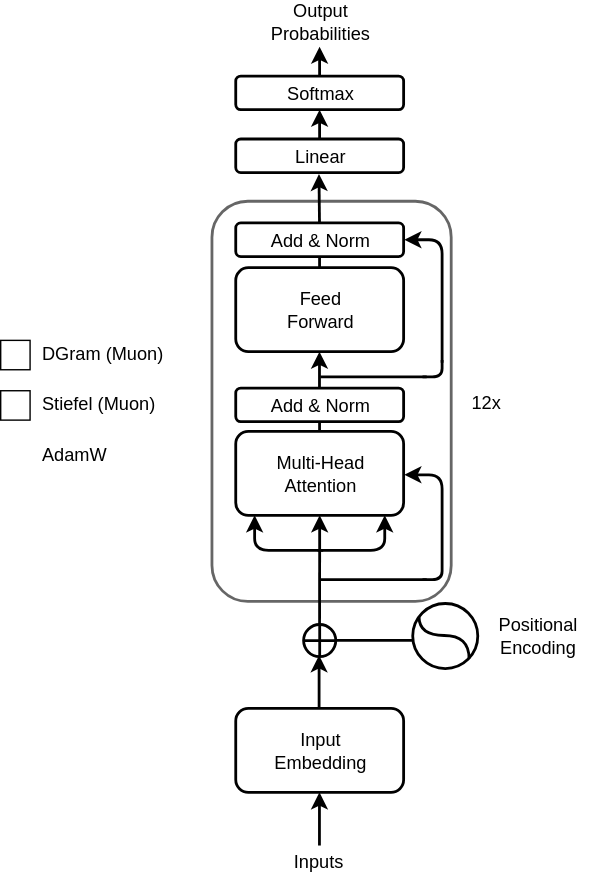
Before: essays/assets/manifold-muon/architecture-muon.svg, a diagram exported from draw.io (kiratoyoshihara/kiratoyoshihara.github.io). Source tidied: cells renumbered, new cells last; positions are measured from the earlier drawing's top-left corner, leaving out a move shared by most shapes.
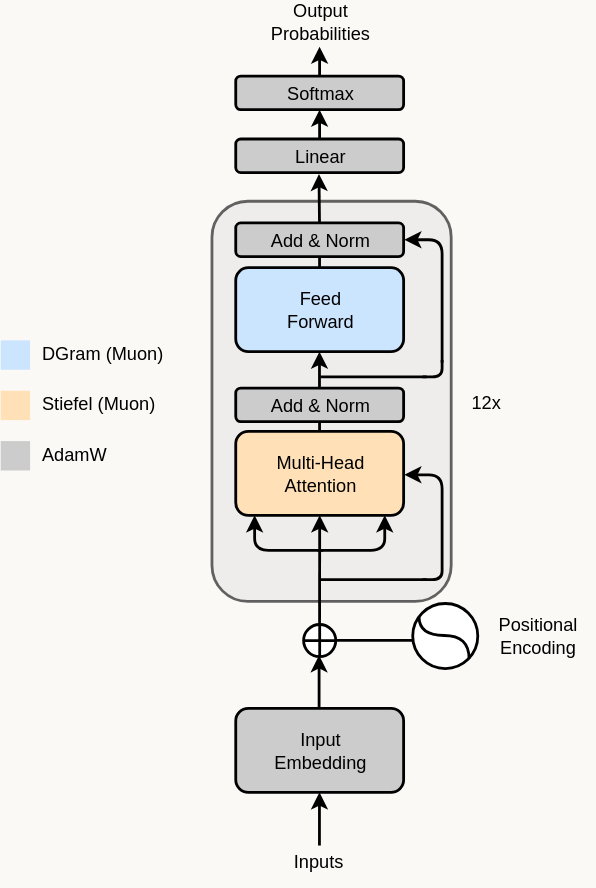
After the commit.

Diff of the diagram source:
```diff
@@ -1,2 +1,2 @@
-<mxGraphModel background="light-dark(#FFFFFF,#FFFFFF)">
+<mxGraphModel background="#FFFFFF">
   <root>
@@ -4,18 +4,18 @@
     <mxCell id="1" parent="0" />
-    <mxCell id="2" style="rounded=1;whiteSpace=wrap;html=1;rotation=90;fillColor=light-dark(#FFFFFF,#E6E6E6);strokeColor=light-dark(#000000,#000000);strokeWidth=2;opacity=60;" parent="1" vertex="1">
+    <mxCell id="2" style="rounded=1;whiteSpace=wrap;html=1;rotation=90;fillColor=#E6E6E6;strokeColor=#000000;strokeWidth=2;opacity=60;" parent="1" vertex="1">
       <mxGeometry x="94" y="201" width="286" height="171" as="geometry" />
     </mxCell>
-    <mxCell id="3" value="&lt;font style=&quot;color: light-dark(rgb(0, 0, 0), rgb(0, 0, 0)); font-size: 13px;&quot;&gt;Multi-Head&lt;/font&gt;&lt;div&gt;&lt;font style=&quot;color: light-dark(rgb(0, 0, 0), rgb(0, 0, 0)); font-size: 13px;&quot;&gt;Attention&lt;/font&gt;&lt;/div&gt;" style="rounded=1;whiteSpace=wrap;html=1;strokeColor=light-dark(#000000,#000000);fillColor=light-dark(#FFFFFF,#FFE0B7);strokeWidth=2;" parent="1" vertex="1">
+    <mxCell id="3" value="&lt;font style=&quot;color: rgb(0, 0, 0); font-size: 13px;&quot;&gt;Multi-Head&lt;/font&gt;&lt;div&gt;&lt;font style=&quot;color: rgb(0, 0, 0); font-size: 13px;&quot;&gt;Attention&lt;/font&gt;&lt;/div&gt;" style="rounded=1;whiteSpace=wrap;html=1;strokeColor=#000000;fillColor=#FFE0B7;strokeWidth=2;" parent="1" vertex="1">
       <mxGeometry x="168.5" y="308" width="120" height="60" as="geometry" />
     </mxCell>
-    <mxCell id="4" value="&lt;font face=&quot;Helvetica&quot; style=&quot;font-size: 13px;&quot;&gt;&lt;font style=&quot;color: light-dark(rgb(0, 0, 0), rgb(0, 0, 0));&quot;&gt;Inputs&lt;/font&gt;&amp;nbsp;&lt;/font&gt;" style="text;html=1;whiteSpace=wrap;strokeColor=none;fillColor=none;align=center;verticalAlign=middle;rounded=0;" parent="1" vertex="1">
+    <mxCell id="4" value="&lt;font face=&quot;Helvetica&quot; style=&quot;font-size: 13px;&quot;&gt;&lt;font style=&quot;color: rgb(0, 0, 0);&quot;&gt;Inputs&lt;/font&gt;&amp;nbsp;&lt;/font&gt;" style="text;html=1;whiteSpace=wrap;strokeColor=none;fillColor=none;align=center;verticalAlign=middle;rounded=0;" parent="1" vertex="1">
       <mxGeometry x="188.5" y="597" width="81" height="36" as="geometry" />
     </mxCell>
-    <mxCell id="5" style="verticalLabelPosition=bottom;verticalAlign=top;html=1;shape=mxgraph.flowchart.summing_function;fillColor=light-dark(#FFFFFF,#FFFFFF);strokeColor=light-dark(#000000,#000000);strokeWidth=2;" parent="1" vertex="1">
+    <mxCell id="5" style="verticalLabelPosition=bottom;verticalAlign=top;html=1;shape=mxgraph.flowchart.summing_function;fillColor=#FFFFFF;strokeColor=#000000;strokeWidth=2;" parent="1" vertex="1">
       <mxGeometry x="217" y="446" width="23" height="23" as="geometry" />
     </mxCell>
-    <mxCell id="6" value="&lt;font style=&quot;color: light-dark(rgb(0, 0, 0), rgb(0, 0, 0)); font-size: 13px;&quot; face=&quot;Helvetica&quot;&gt;Positional&lt;/font&gt;&lt;div&gt;&lt;font style=&quot;color: light-dark(rgb(0, 0, 0), rgb(0, 0, 0)); font-size: 13px;&quot; face=&quot;Helvetica&quot;&gt;Encoding&lt;/font&gt;&lt;/div&gt;" style="text;html=1;whiteSpace=wrap;strokeColor=none;fillColor=none;align=center;verticalAlign=middle;rounded=0;" parent="1" vertex="1">
+    <mxCell id="6" value="&lt;font style=&quot;color: rgb(0, 0, 0); font-size: 13px;&quot; face=&quot;Helvetica&quot;&gt;Positional&lt;/font&gt;&lt;div&gt;&lt;font style=&quot;color: rgb(0, 0, 0); font-size: 13px;&quot; face=&quot;Helvetica&quot;&gt;Encoding&lt;/font&gt;&lt;/div&gt;" style="text;html=1;whiteSpace=wrap;strokeColor=none;fillColor=none;align=center;verticalAlign=middle;rounded=0;" parent="1" vertex="1">
       <mxGeometry x="344" y="436.2" width="81" height="36" as="geometry" />
     </mxCell>
-    <mxCell id="7" style="endArrow=none;html=1;rounded=0;strokeColor=light-dark(#000000,#000000);strokeWidth=2;exitX=1;exitY=0.5;exitDx=0;exitDy=0;exitPerimeter=0;" parent="1" edge="1">
+    <mxCell id="7" style="endArrow=none;html=1;rounded=0;strokeColor=#000000;strokeWidth=2;exitX=1;exitY=0.5;exitDx=0;exitDy=0;exitPerimeter=0;" parent="1" edge="1">
       <mxGeometry relative="1" as="geometry">
@@ -25,6 +25,6 @@
     </mxCell>
-    <mxCell id="8" value="&lt;font style=&quot;color: light-dark(rgb(0, 0, 0), rgb(0, 0, 0)); font-size: 13px;&quot;&gt;Input&lt;/font&gt;&lt;div&gt;&lt;font style=&quot;color: light-dark(rgb(0, 0, 0), rgb(0, 0, 0)); font-size: 13px;&quot;&gt;Embedding&lt;/font&gt;&lt;/div&gt;" style="rounded=1;whiteSpace=wrap;html=1;strokeColor=light-dark(#000000,#000000);fillColor=light-dark(#FFFFFF,#CCCCCC);strokeWidth=2;" parent="1" vertex="1">
+    <mxCell id="8" value="&lt;font style=&quot;color: rgb(0, 0, 0); font-size: 13px;&quot;&gt;Input&lt;/font&gt;&lt;div&gt;&lt;font style=&quot;color: rgb(0, 0, 0); font-size: 13px;&quot;&gt;Embedding&lt;/font&gt;&lt;/div&gt;" style="rounded=1;whiteSpace=wrap;html=1;strokeColor=#000000;fillColor=#CCCCCC;strokeWidth=2;" parent="1" vertex="1">
       <mxGeometry x="168.5" y="506" width="120" height="60" as="geometry" />
     </mxCell>
-    <mxCell id="9" style="endArrow=classic;html=1;rounded=0;strokeWidth=2;strokeColor=light-dark(#000000,#000000);" parent="1" edge="1">
+    <mxCell id="9" style="endArrow=classic;html=1;rounded=0;strokeWidth=2;strokeColor=#000000;" parent="1" edge="1">
       <mxGeometry relative="1" as="geometry">
@@ -34,6 +34,6 @@
     </mxCell>
-    <mxCell id="10" style="ellipse;whiteSpace=wrap;html=1;fillColor=light-dark(#FFFFFF,#FFFFFF);strokeColor=light-dark(#000000,#000000);strokeWidth=2;" parent="1" vertex="1">
+    <mxCell id="10" style="ellipse;whiteSpace=wrap;html=1;fillColor=#FFFFFF;strokeColor=#000000;strokeWidth=2;" parent="1" vertex="1">
       <mxGeometry x="295" y="431" width="46.5" height="46.5" as="geometry" />
     </mxCell>
-    <mxCell id="11" style="endArrow=none;html=1;rounded=0;strokeColor=light-dark(#000000,#000000);edgeStyle=orthogonalEdgeStyle;curved=1;strokeWidth=2;" parent="1" edge="1">
+    <mxCell id="11" style="endArrow=none;html=1;rounded=0;strokeColor=#000000;edgeStyle=orthogonalEdgeStyle;curved=1;strokeWidth=2;" parent="1" edge="1">
       <mxGeometry relative="1" as="geometry">
@@ -47,3 +47,3 @@
     </mxCell>
-    <mxCell id="12" style="endArrow=classic;html=1;rounded=0;strokeWidth=2;strokeColor=light-dark(#000000,#000000);" parent="1" edge="1">
+    <mxCell id="12" style="endArrow=classic;html=1;rounded=0;strokeWidth=2;strokeColor=#000000;" parent="1" edge="1">
       <mxGeometry relative="1" as="geometry">
@@ -53,3 +53,3 @@
     </mxCell>
-    <mxCell id="13" style="endArrow=classic;html=1;rounded=0;strokeWidth=2;strokeColor=light-dark(#000000,#000000);entryX=0.5;entryY=1;entryDx=0;entryDy=0;" parent="1" edge="1" target="3">
+    <mxCell id="13" style="endArrow=classic;html=1;rounded=0;strokeWidth=2;strokeColor=#000000;entryX=0.5;entryY=1;entryDx=0;entryDy=0;" parent="1" edge="1" target="3">
       <mxGeometry relative="1" as="geometry">
@@ -58,3 +58,3 @@
     </mxCell>
-    <mxCell id="14" style="endArrow=classic;html=1;rounded=1;strokeWidth=2;strokeColor=light-dark(#000000,#000000);edgeStyle=orthogonalEdgeStyle;curved=0;" parent="1" edge="1">
+    <mxCell id="14" style="endArrow=classic;html=1;rounded=1;strokeWidth=2;strokeColor=#000000;edgeStyle=orthogonalEdgeStyle;curved=0;" parent="1" edge="1">
       <mxGeometry relative="1" as="geometry">
@@ -64,3 +64,3 @@
     </mxCell>
-    <mxCell id="15" style="endArrow=classic;html=1;rounded=1;strokeWidth=2;strokeColor=light-dark(#000000,#000000);edgeStyle=orthogonalEdgeStyle;curved=0;" parent="1" edge="1">
+    <mxCell id="15" style="endArrow=classic;html=1;rounded=1;strokeWidth=2;strokeColor=#000000;edgeStyle=orthogonalEdgeStyle;curved=0;" parent="1" edge="1">
       <mxGeometry relative="1" as="geometry">
@@ -70,6 +70,6 @@
     </mxCell>
-    <mxCell id="16" value="&lt;font style=&quot;color: light-dark(rgb(0, 0, 0), rgb(0, 0, 0)); font-size: 13px;&quot;&gt;Add &amp;amp; Norm&lt;/font&gt;" style="rounded=1;whiteSpace=wrap;html=1;strokeColor=light-dark(#000000,#000000);fillColor=light-dark(#FFFFFF,#CCCCCC);strokeWidth=2;" parent="1" vertex="1">
+    <mxCell id="16" value="&lt;font style=&quot;color: rgb(0, 0, 0); font-size: 13px;&quot;&gt;Add &amp;amp; Norm&lt;/font&gt;" style="rounded=1;whiteSpace=wrap;html=1;strokeColor=#000000;fillColor=#CCCCCC;strokeWidth=2;" parent="1" vertex="1">
       <mxGeometry x="168.5" y="277" width="120" height="24" as="geometry" />
     </mxCell>
-    <mxCell id="17" style="endArrow=none;html=1;rounded=0;strokeColor=light-dark(#000000,#000000);strokeWidth=2;" parent="1" edge="1">
+    <mxCell id="17" style="endArrow=none;html=1;rounded=0;strokeColor=#000000;strokeWidth=2;" parent="1" edge="1">
       <mxGeometry relative="1" as="geometry">
@@ -79,18 +79,18 @@
     </mxCell>
-    <mxCell id="18" value="&lt;font style=&quot;color: light-dark(rgb(0, 0, 0), rgb(0, 0, 0)); font-size: 13px;&quot;&gt;Feed&lt;/font&gt;&lt;div&gt;&lt;font style=&quot;color: light-dark(rgb(0, 0, 0), rgb(0, 0, 0)); font-size: 13px;&quot;&gt;Forward&lt;/font&gt;&lt;/div&gt;" style="rounded=1;whiteSpace=wrap;html=1;strokeColor=light-dark(#000000,#000000);fillColor=light-dark(#FFFFFF,#CCE5FF);strokeWidth=2;" parent="1" vertex="1">
+    <mxCell id="18" value="&lt;font style=&quot;color: rgb(0, 0, 0); font-size: 13px;&quot;&gt;Feed&lt;/font&gt;&lt;div&gt;&lt;font style=&quot;color: rgb(0, 0, 0); font-size: 13px;&quot;&gt;Forward&lt;/font&gt;&lt;/div&gt;" style="rounded=1;whiteSpace=wrap;html=1;strokeColor=#000000;fillColor=#CCE5FF;strokeWidth=2;" parent="1" vertex="1">
       <mxGeometry x="168.5" y="191" width="120" height="60" as="geometry" />
     </mxCell>
-    <mxCell id="19" value="&lt;font style=&quot;color: light-dark(rgb(0, 0, 0), rgb(0, 0, 0)); font-size: 13px;&quot;&gt;Add &amp;amp; Norm&lt;/font&gt;" style="rounded=1;whiteSpace=wrap;html=1;strokeColor=light-dark(#000000,#000000);fillColor=light-dark(#FFFFFF,#CCCCCC);strokeWidth=2;" parent="1" vertex="1">
+    <mxCell id="19" value="&lt;font style=&quot;color: rgb(0, 0, 0); font-size: 13px;&quot;&gt;Add &amp;amp; Norm&lt;/font&gt;" style="rounded=1;whiteSpace=wrap;html=1;strokeColor=#000000;fillColor=#CCCCCC;strokeWidth=2;" parent="1" vertex="1">
       <mxGeometry x="168.5" y="159" width="120" height="24" as="geometry" />
     </mxCell>
-    <mxCell id="20" value="&lt;font style=&quot;color: light-dark(rgb(0, 0, 0), rgb(0, 0, 0)); font-size: 13px;&quot;&gt;Linear&lt;/font&gt;" style="rounded=1;whiteSpace=wrap;html=1;strokeColor=light-dark(#000000,#000000);fillColor=light-dark(#FFFFFF,#CCCCCC);strokeWidth=2;" parent="1" vertex="1">
+    <mxCell id="20" value="&lt;font style=&quot;color: rgb(0, 0, 0); font-size: 13px;&quot;&gt;Linear&lt;/font&gt;" style="rounded=1;whiteSpace=wrap;html=1;strokeColor=#000000;fillColor=#CCCCCC;strokeWidth=2;" parent="1" vertex="1">
       <mxGeometry x="168.5" y="99" width="120" height="24" as="geometry" />
     </mxCell>
-    <mxCell id="21" value="&lt;font style=&quot;color: light-dark(rgb(0, 0, 0), rgb(0, 0, 0)); font-size: 13px;&quot;&gt;Softmax&lt;/font&gt;" style="rounded=1;whiteSpace=wrap;html=1;strokeColor=light-dark(#000000,#000000);fillColor=light-dark(#FFFFFF,#CCCCCC);strokeWidth=2;" parent="1" vertex="1">
+    <mxCell id="21" value="&lt;font style=&quot;color: rgb(0, 0, 0); font-size: 13px;&quot;&gt;Softmax&lt;/font&gt;" style="rounded=1;whiteSpace=wrap;html=1;strokeColor=#000000;fillColor=#CCCCCC;strokeWidth=2;" parent="1" vertex="1">
       <mxGeometry x="168.5" y="54" width="120" height="24" as="geometry" />
     </mxCell>
-    <mxCell id="22" value="&lt;font style=&quot;color: light-dark(rgb(0, 0, 0), rgb(0, 0, 0)); font-size: 13px;&quot;&gt;Output&lt;/font&gt;&lt;div&gt;&lt;font style=&quot;color: light-dark(rgb(0, 0, 0), rgb(0, 0, 0)); font-size: 13px;&quot;&gt;Probabilities&lt;/font&gt;&lt;/div&gt;" style="text;html=1;whiteSpace=wrap;strokeColor=none;fillColor=none;align=center;verticalAlign=middle;rounded=0;" parent="1" vertex="1">
+    <mxCell id="22" value="&lt;font style=&quot;color: rgb(0, 0, 0); font-size: 13px;&quot;&gt;Output&lt;/font&gt;&lt;div&gt;&lt;font style=&quot;color: rgb(0, 0, 0); font-size: 13px;&quot;&gt;Probabilities&lt;/font&gt;&lt;/div&gt;" style="text;html=1;whiteSpace=wrap;strokeColor=none;fillColor=none;align=center;verticalAlign=middle;rounded=0;" parent="1" vertex="1">
       <mxGeometry x="198.5" width="60" height="30" as="geometry" />
     </mxCell>
-    <mxCell id="23" style="endArrow=classic;html=1;rounded=1;strokeColor=light-dark(#000000,#000000);strokeWidth=2;edgeStyle=orthogonalEdgeStyle;curved=0;" parent="1" edge="1">
+    <mxCell id="23" style="endArrow=classic;html=1;rounded=1;strokeColor=#000000;strokeWidth=2;edgeStyle=orthogonalEdgeStyle;curved=0;" parent="1" edge="1">
       <mxGeometry relative="1" as="geometry">
@@ -104,3 +104,3 @@
     </mxCell>
-    <mxCell id="24" style="endArrow=none;html=1;rounded=1;strokeWidth=2;strokeColor=light-dark(#000000,#000000);edgeStyle=orthogonalEdgeStyle;" parent="1" edge="1">
+    <mxCell id="24" style="endArrow=none;html=1;rounded=1;strokeWidth=2;strokeColor=#000000;edgeStyle=orthogonalEdgeStyle;" parent="1" edge="1">
       <mxGeometry relative="1" as="geometry">
@@ -110,3 +110,3 @@
     </mxCell>
-    <mxCell id="25" style="endArrow=none;html=1;rounded=1;strokeWidth=2;strokeColor=light-dark(#000000,#000000);edgeStyle=orthogonalEdgeStyle;curved=0;" parent="1" edge="1">
+    <mxCell id="25" style="endArrow=none;html=1;rounded=1;strokeWidth=2;strokeColor=#000000;edgeStyle=orthogonalEdgeStyle;curved=0;" parent="1" edge="1">
       <mxGeometry relative="1" as="geometry">
@@ -116,3 +116,3 @@
     </mxCell>
-    <mxCell id="26" style="endArrow=classic;html=1;rounded=0;strokeColor=light-dark(#000000,#000000);strokeWidth=2;" parent="1" edge="1">
+    <mxCell id="26" style="endArrow=classic;html=1;rounded=0;strokeColor=#000000;strokeWidth=2;" parent="1" edge="1">
       <mxGeometry relative="1" as="geometry">
@@ -122,3 +122,3 @@
     </mxCell>
-    <mxCell id="27" style="endArrow=none;html=1;rounded=0;strokeColor=light-dark(#000000,#000000);strokeWidth=2;" parent="1" edge="1">
+    <mxCell id="27" style="endArrow=none;html=1;rounded=0;strokeColor=#000000;strokeWidth=2;" parent="1" edge="1">
       <mxGeometry relative="1" as="geometry">
@@ -128,3 +128,3 @@
     </mxCell>
-    <mxCell id="28" style="endArrow=classic;html=1;rounded=1;strokeColor=light-dark(#000000,#000000);strokeWidth=2;edgeStyle=orthogonalEdgeStyle;curved=0;" parent="1" edge="1">
+    <mxCell id="28" style="endArrow=classic;html=1;rounded=1;strokeColor=#000000;strokeWidth=2;edgeStyle=orthogonalEdgeStyle;curved=0;" parent="1" edge="1">
       <mxGeometry relative="1" as="geometry">
@@ -138,3 +138,3 @@
     </mxCell>
-    <mxCell id="29" style="endArrow=none;html=1;rounded=1;strokeWidth=2;strokeColor=light-dark(#000000,#000000);edgeStyle=orthogonalEdgeStyle;" parent="1" edge="1">
+    <mxCell id="29" style="endArrow=none;html=1;rounded=1;strokeWidth=2;strokeColor=#000000;edgeStyle=orthogonalEdgeStyle;" parent="1" edge="1">
       <mxGeometry relative="1" as="geometry">
@@ -144,3 +144,3 @@
     </mxCell>
-    <mxCell id="30" style="endArrow=none;html=1;rounded=1;strokeWidth=2;strokeColor=light-dark(#000000,#000000);edgeStyle=orthogonalEdgeStyle;curved=0;" parent="1" edge="1">
+    <mxCell id="30" style="endArrow=none;html=1;rounded=1;strokeWidth=2;strokeColor=#000000;edgeStyle=orthogonalEdgeStyle;curved=0;" parent="1" edge="1">
       <mxGeometry relative="1" as="geometry">
@@ -150,3 +150,3 @@
     </mxCell>
-    <mxCell id="31" style="endArrow=classic;html=1;rounded=0;strokeColor=light-dark(#000000,#000000);strokeWidth=2;" parent="1" edge="1">
+    <mxCell id="31" style="endArrow=classic;html=1;rounded=0;strokeColor=#000000;strokeWidth=2;" parent="1" edge="1">
       <mxGeometry relative="1" as="geometry">
@@ -156,3 +156,3 @@
     </mxCell>
-    <mxCell id="32" style="endArrow=classic;html=1;rounded=0;strokeColor=light-dark(#000000,#000000);strokeWidth=2;" parent="1" edge="1">
+    <mxCell id="32" style="endArrow=classic;html=1;rounded=0;strokeColor=#000000;strokeWidth=2;" parent="1" edge="1">
       <mxGeometry relative="1" as="geometry">
@@ -162,3 +162,3 @@
     </mxCell>
-    <mxCell id="33" style="endArrow=classic;html=1;rounded=0;strokeColor=light-dark(#000000,#000000);strokeWidth=2;" parent="1" edge="1">
+    <mxCell id="33" style="endArrow=classic;html=1;rounded=0;strokeColor=#000000;strokeWidth=2;" parent="1" edge="1">
       <mxGeometry relative="1" as="geometry">
@@ -168,3 +168,3 @@
     </mxCell>
-    <mxCell id="34" value="&lt;font style=&quot;color: light-dark(rgb(0, 0, 0), rgb(0, 0, 0)); font-size: 13px;&quot;&gt;12x&lt;/font&gt;" style="text;html=1;whiteSpace=wrap;strokeColor=none;fillColor=none;align=center;verticalAlign=middle;rounded=0;" parent="1" vertex="1">
+    <mxCell id="34" value="&lt;font style=&quot;color: rgb(0, 0, 0); font-size: 13px;&quot;&gt;12x&lt;/font&gt;" style="text;html=1;whiteSpace=wrap;strokeColor=none;fillColor=none;align=center;verticalAlign=middle;rounded=0;" parent="1" vertex="1">
       <mxGeometry x="307" y="268.5" width="81" height="36" as="geometry" />
@@ -174,18 +174,18 @@
     </mxCell>
-    <mxCell id="36" style="whiteSpace=wrap;html=1;fillColor=light-dark(#FFFFFF,#CCE5FF);strokeColor=light-dark(#000000,transparent);" parent="35" vertex="1">
+    <mxCell id="36" style="whiteSpace=wrap;html=1;fillColor=#CCE5FF;strokeColor=#000000;" parent="35" vertex="1">
       <mxGeometry y="4.9" width="21" height="21" as="geometry" />
     </mxCell>
-    <mxCell id="37" style="whiteSpace=wrap;html=1;fillColor=light-dark(#FFFFFF,#CCCCCC);strokeColor=none;" parent="35" vertex="1">
+    <mxCell id="37" style="whiteSpace=wrap;html=1;fillColor=#CCCCCC;strokeColor=none;" parent="35" vertex="1">
       <mxGeometry y="76.9" width="21" height="21" as="geometry" />
     </mxCell>
-    <mxCell id="38" style="whiteSpace=wrap;html=1;fillColor=light-dark(#FFFFFF,#FFE0B7);strokeColor=light-dark(#000000,transparent);" parent="35" vertex="1">
+    <mxCell id="38" style="whiteSpace=wrap;html=1;fillColor=#FFE0B7;strokeColor=#000000;" parent="35" vertex="1">
       <mxGeometry y="40.9" width="21" height="21" as="geometry" />
     </mxCell>
-    <mxCell id="39" value="&lt;span style=&quot;font-family: Helvetica; font-size: 13px; font-style: normal; font-variant-ligatures: normal; font-variant-caps: normal; font-weight: 400; letter-spacing: normal; orphans: 2; text-align: center; text-indent: 0px; text-transform: none; widows: 2; word-spacing: 0px; -webkit-text-stroke-width: 0px; white-space: normal; text-decoration-thickness: initial; text-decoration-style: initial; text-decoration-color: initial; float: none; display: inline !important;&quot;&gt;&lt;font style=&quot;color: light-dark(rgb(0, 0, 0), rgb(0, 0, 0));&quot;&gt;DGram (Muon)&lt;/font&gt;&lt;/span&gt;" style="text;whiteSpace=wrap;html=1;" parent="35" vertex="1">
+    <mxCell id="39" value="&lt;span style=&quot;font-family: Helvetica; font-size: 13px; font-style: normal; font-variant-ligatures: normal; font-variant-caps: normal; font-weight: 400; letter-spacing: normal; orphans: 2; text-align: center; text-indent: 0px; text-transform: none; widows: 2; word-spacing: 0px; -webkit-text-stroke-width: 0px; white-space: normal; text-decoration-thickness: initial; text-decoration-style: initial; text-decoration-color: initial; float: none; display: inline !important;&quot;&gt;&lt;font style=&quot;color: rgb(0, 0, 0);&quot;&gt;DGram (Muon)&lt;/font&gt;&lt;/span&gt;" style="text;whiteSpace=wrap;html=1;" parent="35" vertex="1">
       <mxGeometry x="28" width="92" height="25.9" as="geometry" />
     </mxCell>
-    <mxCell id="40" value="&lt;span style=&quot;font-family: Helvetica; font-size: 13px; font-style: normal; font-variant-ligatures: normal; font-variant-caps: normal; font-weight: 400; letter-spacing: normal; orphans: 2; text-align: center; text-indent: 0px; text-transform: none; widows: 2; word-spacing: 0px; -webkit-text-stroke-width: 0px; white-space: normal; text-decoration-thickness: initial; text-decoration-style: initial; text-decoration-color: initial; float: none; display: inline !important;&quot;&gt;&lt;font style=&quot;color: light-dark(rgb(0, 0, 0), rgb(0, 0, 0));&quot;&gt;Stiefel (Muon)&lt;/font&gt;&lt;/span&gt;" style="text;whiteSpace=wrap;html=1;" parent="35" vertex="1">
+    <mxCell id="40" value="&lt;span style=&quot;font-family: Helvetica; font-size: 13px; font-style: normal; font-variant-ligatures: normal; font-variant-caps: normal; font-weight: 400; letter-spacing: normal; orphans: 2; text-align: center; text-indent: 0px; text-transform: none; widows: 2; word-spacing: 0px; -webkit-text-stroke-width: 0px; white-space: normal; text-decoration-thickness: initial; text-decoration-style: initial; text-decoration-color: initial; float: none; display: inline !important;&quot;&gt;&lt;font style=&quot;color: rgb(0, 0, 0);&quot;&gt;Stiefel (Muon)&lt;/font&gt;&lt;/span&gt;" style="text;whiteSpace=wrap;html=1;" parent="35" vertex="1">
       <mxGeometry x="28" y="36" width="100" height="25.9" as="geometry" />
     </mxCell>
-    <mxCell id="41" value="&lt;span style=&quot;font-family: Helvetica; font-size: 13px; font-style: normal; font-variant-ligatures: normal; font-variant-caps: normal; font-weight: 400; letter-spacing: normal; orphans: 2; text-align: center; text-indent: 0px; text-transform: none; widows: 2; word-spacing: 0px; -webkit-text-stroke-width: 0px; white-space: normal; text-decoration-thickness: initial; text-decoration-style: initial; text-decoration-color: initial; float: none; display: inline !important;&quot;&gt;&lt;font style=&quot;color: light-dark(rgb(0, 0, 0), rgb(0, 0, 0));&quot;&gt;AdamW&lt;/font&gt;&lt;/span&gt;" style="text;whiteSpace=wrap;html=1;" parent="35" vertex="1">
+    <mxCell id="41" value="&lt;span style=&quot;font-family: Helvetica; font-size: 13px; font-style: normal; font-variant-ligatures: normal; font-variant-caps: normal; font-weight: 400; letter-spacing: normal; orphans: 2; text-align: center; text-indent: 0px; text-transform: none; widows: 2; word-spacing: 0px; -webkit-text-stroke-width: 0px; white-space: normal; text-decoration-thickness: initial; text-decoration-style: initial; text-decoration-color: initial; float: none; display: inline !important;&quot;&gt;&lt;font style=&quot;color: rgb(0, 0, 0);&quot;&gt;AdamW&lt;/font&gt;&lt;/span&gt;" style="text;whiteSpace=wrap;html=1;" parent="35" vertex="1">
       <mxGeometry x="28" y="72" width="84.9" height="25.9" as="geometry" />
```
